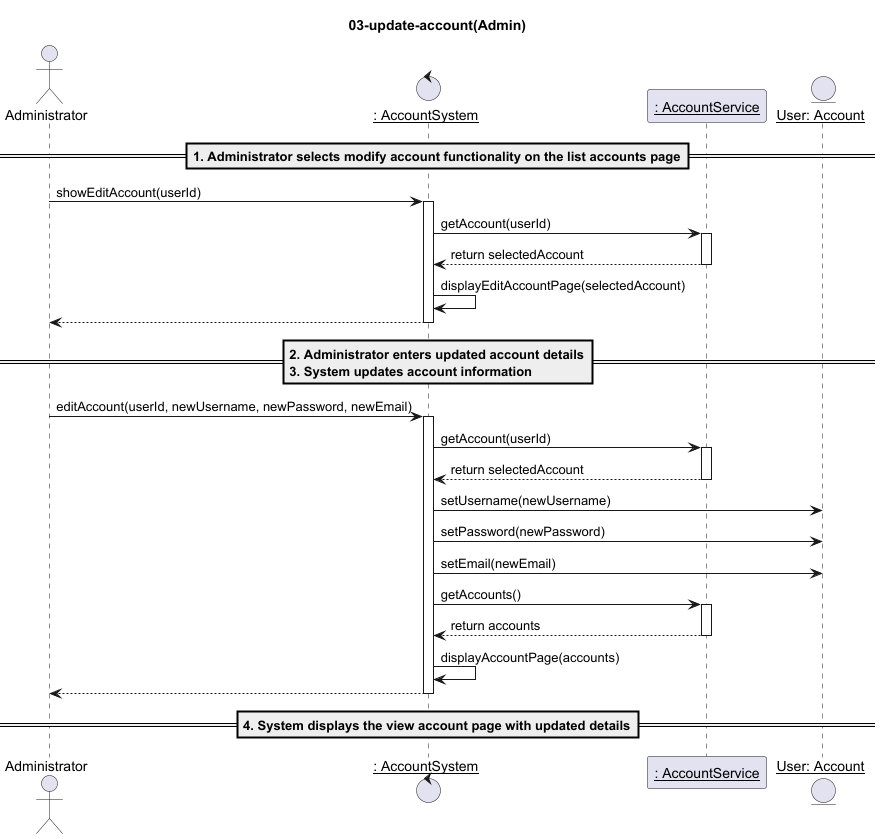
Earlier version of the PlantUML export 02-analysis/usecases/images/03-update-account(Admin).png (mrle0429/Event-Management-System).
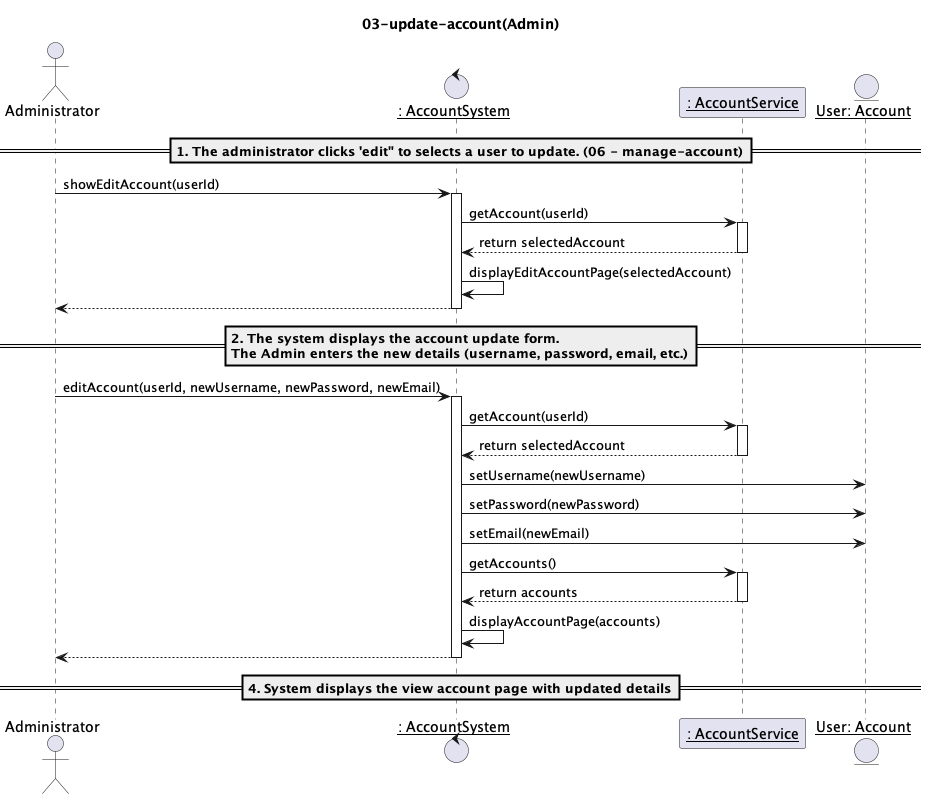
Above is the later version.

The edit, as a diff of the source:
```diff
@@ -5,7 +5,7 @@
 participant "__: AccountService__" as s
 entity "__User: Account__" as a
 
-==1. Administrator selects modify account functionality on the list accounts page==
+==1. The administrator clicks 'edit" to selects a user to update. (06 - manage-account)==
 
 admin -> c : showEditAccount(userId)
 activate c
@@ -18,7 +18,7 @@
 c --> admin
 deactivate c
 
-==2. Administrator enters updated account details\n3. System updates account information==
+==2. The system displays the account update form. \nThe Admin enters the new details (username, password, email, etc.)==
 
 admin -> c : editAccount(userId, newUsername, newPassword, newEmail)
 activate c
```
